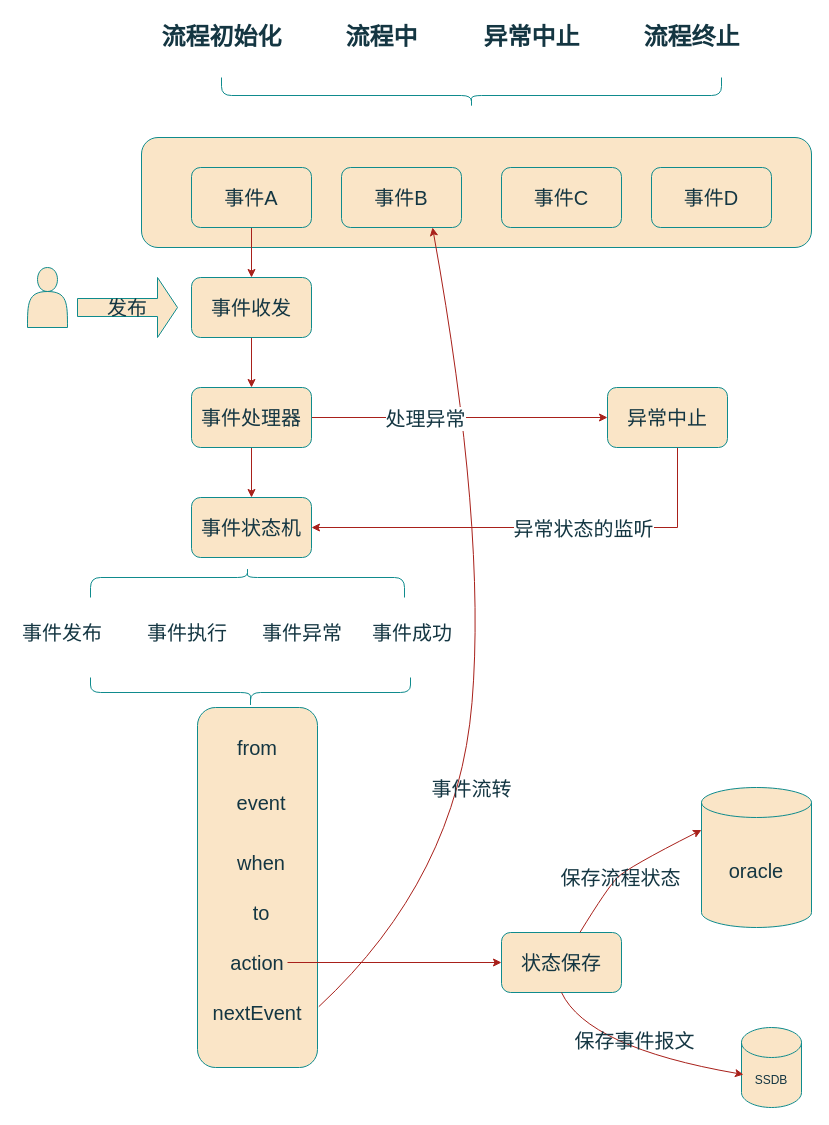
Before: page "状态机流程图" (3 of 4) of 事件总线原理图.drawio in java-zengguang/images, a draw.io diagram. Source tidied: cells renumbered, new cells numbered last; positions are measured from the earlier drawing's top-left corner, leaving out a move shared by most shapes. Both pictures are drawn from the tidied source at 100%, with x=0, y=0 at pixel (17, 17).
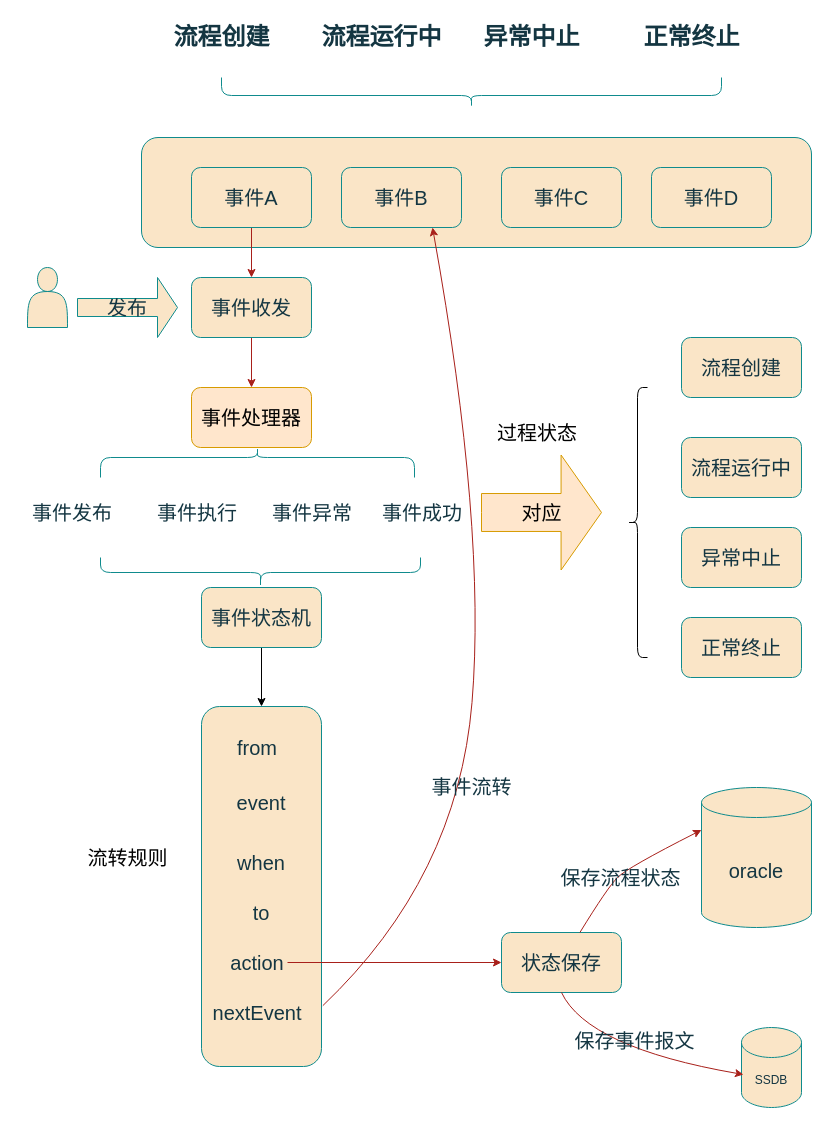
Above is the later version.

The edit, as a diff of the source:
```diff
@@
-    <mxCell id="9" value="流程初始化" style="text;strokeColor=none;fillColor=none;html=1;fontSize=24;fontStyle=1;verticalAlign=middle;align=center;labelBackgroundColor=none;fontColor=#143642;" parent="1" vertex="1">
+    <mxCell id="9" value="流程创建" style="text;strokeColor=none;fillColor=none;html=1;fontSize=24;fontStyle=1;verticalAlign=middle;align=center;labelBackgroundColor=none;fontColor=#143642;" parent="1" vertex="1">
       <mxGeometry x="154" width="100" height="40" as="geometry" />
     </mxCell>
-    <mxCell id="10" value="流程中" style="text;strokeColor=none;fillColor=none;html=1;fontSize=24;fontStyle=1;verticalAlign=middle;align=center;labelBackgroundColor=none;fontColor=#143642;" parent="1" vertex="1">
+    <mxCell id="10" value="流程运行中" style="text;strokeColor=none;fillColor=none;html=1;fontSize=24;fontStyle=1;verticalAlign=middle;align=center;labelBackgroundColor=none;fontColor=#143642;" parent="1" vertex="1">
       <mxGeometry x="314" width="100" height="40" as="geometry" />
     </mxCell>
@@
-    <mxCell id="12" value="流程终止" style="text;strokeColor=none;fillColor=none;html=1;fontSize=24;fontStyle=1;verticalAlign=middle;align=center;labelBackgroundColor=none;fontColor=#143642;" parent="1" vertex="1">
+    <mxCell id="12" value="正常终止" style="text;strokeColor=none;fillColor=none;html=1;fontSize=24;fontStyle=1;verticalAlign=middle;align=center;labelBackgroundColor=none;fontColor=#143642;" parent="1" vertex="1">
       <mxGeometry x="624" width="100" height="40" as="geometry" />
     </mxCell>
     <mxCell id="13" style="shape=curlyBracket;whiteSpace=wrap;html=1;rounded=1;flipH=1;labelPosition=right;verticalLabelPosition=middle;align=left;verticalAlign=middle;direction=south;size=0.3333333333333333;labelBackgroundColor=none;fillColor=#FAE5C7;strokeColor=#0F8B8D;fontColor=#143642;" parent="1" vertex="1">
-      <mxGeometry x="73" y="550" width="314" height="30" as="geometry" />
+      <mxGeometry x="83" y="430" width="314" height="30" as="geometry" />
     </mxCell>
     <mxCell id="14" value="&lt;font style=&quot;font-size: 20px;&quot;&gt;事件发布&lt;/font&gt;" style="text;html=1;align=center;verticalAlign=middle;whiteSpace=wrap;rounded=0;labelBackgroundColor=none;fontColor=#143642;" parent="1" vertex="1">
-      <mxGeometry y="600" width="90" height="30" as="geometry" />
+      <mxGeometry x="10" y="480" width="90" height="30" as="geometry" />
     </mxCell>
     <mxCell id="15" value="&lt;font style=&quot;font-size: 20px;&quot;&gt;事件执行&lt;/font&gt;" style="text;html=1;align=center;verticalAlign=middle;whiteSpace=wrap;rounded=0;labelBackgroundColor=none;fontColor=#143642;" parent="1" vertex="1">
-      <mxGeometry x="125" y="600" width="90" height="30" as="geometry" />
+      <mxGeometry x="135" y="480" width="90" height="30" as="geometry" />
     </mxCell>
     <mxCell id="16" value="&lt;font style=&quot;font-size: 20px;&quot;&gt;事件异常&lt;/font&gt;" style="text;html=1;align=center;verticalAlign=middle;whiteSpace=wrap;rounded=0;labelBackgroundColor=none;fontColor=#143642;" parent="1" vertex="1">
-      <mxGeometry x="240" y="600" width="90" height="30" as="geometry" />
+      <mxGeometry x="250" y="480" width="90" height="30" as="geometry" />
     </mxCell>
     <mxCell id="17" value="&lt;font style=&quot;font-size: 20px;&quot;&gt;事件成功&lt;/font&gt;" style="text;html=1;align=center;verticalAlign=middle;whiteSpace=wrap;rounded=0;labelBackgroundColor=none;fontColor=#143642;" parent="1" vertex="1">
-      <mxGeometry x="350" y="600" width="90" height="30" as="geometry" />
+      <mxGeometry x="360" y="480" width="90" height="30" as="geometry" />
     </mxCell>
     <mxCell id="18" style="edgeStyle=orthogonalEdgeStyle;rounded=0;orthogonalLoop=1;jettySize=auto;html=1;exitX=0.5;exitY=1;exitDx=0;exitDy=0;labelBackgroundColor=none;strokeColor=#A8201A;fontColor=default;" parent="1" edge="1">
       <mxGeometry relative="1" as="geometry">
-        <mxPoint x="65" y="630" as="sourcePoint" />
-        <mxPoint x="65" y="630" as="targetPoint" />
+        <mxPoint x="75" y="510" as="sourcePoint" />
+        <mxPoint x="75" y="510" as="targetPoint" />
       </mxGeometry>
     </mxCell>
     <mxCell id="19" style="shape=curlyBracket;whiteSpace=wrap;html=1;rounded=1;flipH=1;labelPosition=right;verticalLabelPosition=middle;align=left;verticalAlign=middle;direction=north;size=0.5;labelBackgroundColor=none;fillColor=#FAE5C7;strokeColor=#0F8B8D;fontColor=#143642;" parent="1" vertex="1">
-      <mxGeometry x="73" y="660" width="320" height="30" as="geometry" />
+      <mxGeometry x="83" y="540" width="320" height="30" as="geometry" />
     </mxCell>
     <mxCell id="20" style="rounded=1;whiteSpace=wrap;html=1;labelBackgroundColor=none;fillColor=#FAE5C7;strokeColor=#0F8B8D;fontColor=#143642;" parent="1" vertex="1">
-      <mxGeometry x="180" y="690" width="120" height="360" as="geometry" />
+      <mxGeometry x="184" y="689" width="120" height="360" as="geometry" />
     </mxCell>
@@
-    <mxCell id="41" style="edgeStyle=orthogonalEdgeStyle;rounded=0;jettySize=auto;html=1;strokeColor=#A8201A;fontColor=#143642;fillColor=#FAE5C7;" parent="1" edge="1" source="44" target="45">
-      <mxGeometry relative="1" as="geometry" />
-    </mxCell>
-    <mxCell id="42" style="edgeStyle=orthogonalEdgeStyle;rounded=0;jettySize=auto;html=1;strokeColor=#A8201A;fontColor=#143642;fillColor=#FAE5C7;entryX=0;entryY=0.5;entryDx=0;entryDy=0;" parent="1" edge="1" source="44" target="48">
-      <mxGeometry relative="1" as="geometry" />
-    </mxCell>
-    <mxCell id="43" value="&lt;font style=&quot;font-size: 20px;&quot;&gt;处理异常&lt;/font&gt;" style="edgeLabel;html=1;align=center;verticalAlign=middle;strokeColor=#0F8B8D;fontColor=#143642;fillColor=#FAE5C7;" parent="42" vertex="1">
-      <mxGeometry x="-0.15" y="-6" relative="1" as="geometry">
-        <mxPoint x="-13" y="-6" as="offset" />
-      </mxGeometry>
-    </mxCell>
-    <mxCell id="44" value="&lt;font style=&quot;font-size: 20px;&quot;&gt;事件处理器&lt;/font&gt;" style="rounded=1;whiteSpace=wrap;html=1;labelBackgroundColor=none;fillColor=#FAE5C7;strokeColor=#0F8B8D;fontColor=#143642;" parent="1" vertex="1">
+    <mxCell id="44" value="&lt;font style=&quot;font-size: 20px;&quot;&gt;事件处理器&lt;/font&gt;" style="rounded=1;whiteSpace=wrap;html=1;labelBackgroundColor=none;fillColor=#ffe6cc;strokeColor=#d79b00;" parent="1" vertex="1">
       <mxGeometry x="174" y="370" width="120" height="60" as="geometry" />
     </mxCell>
+    <mxCell id="49" style="edgeStyle=orthogonalEdgeStyle;rounded=0;jettySize=auto;html=1;entryX=0.5;entryY=0;entryDx=0;entryDy=0;" parent="1" edge="1" source="45" target="20">
+      <mxGeometry relative="1" as="geometry" />
+    </mxCell>
     <mxCell id="45" value="&lt;font style=&quot;font-size: 20px;&quot;&gt;事件状态机&lt;/font&gt;" style="rounded=1;whiteSpace=wrap;html=1;labelBackgroundColor=none;fillColor=#FAE5C7;strokeColor=#0F8B8D;fontColor=#143642;" parent="1" vertex="1">
-      <mxGeometry x="174" y="480" width="120" height="60" as="geometry" />
+      <mxGeometry x="184" y="570" width="120" height="60" as="geometry" />
     </mxCell>
-    <mxCell id="46" style="edgeStyle=orthogonalEdgeStyle;rounded=0;jettySize=auto;html=1;entryX=1;entryY=0.5;entryDx=0;entryDy=0;strokeColor=#A8201A;fontColor=#143642;fillColor=#FAE5C7;" parent="1" edge="1" source="48" target="45">
-      <mxGeometry relative="1" as="geometry">
-        <Array as="points">
-          <mxPoint x="660" y="510" />
-        </Array>
-      </mxGeometry>
-    </mxCell>
-    <mxCell id="47" value="&lt;font style=&quot;font-size: 20px;&quot;&gt;异常状态的监听&lt;/font&gt;" style="edgeLabel;html=1;align=center;verticalAlign=middle;strokeColor=#0F8B8D;fontColor=#143642;fillColor=#FAE5C7;" parent="46" vertex="1">
-      <mxGeometry x="0.11" y="4" relative="1" as="geometry">
-        <mxPoint x="73" y="-4" as="offset" />
-      </mxGeometry>
-    </mxCell>
-    <mxCell id="48" value="&lt;font style=&quot;font-size: 20px;&quot;&gt;异常中止&lt;/font&gt;" style="rounded=1;whiteSpace=wrap;html=1;strokeColor=#0F8B8D;fontColor=#143642;fillColor=#FAE5C7;" parent="1" vertex="1">
-      <mxGeometry x="590" y="370" width="120" height="60" as="geometry" />
+    <mxCell id="48" value="&lt;span style=&quot;font-size: 20px;&quot;&gt;流程创建&lt;/span&gt;" style="rounded=1;whiteSpace=wrap;html=1;strokeColor=#0F8B8D;fontColor=#143642;fillColor=#FAE5C7;" parent="1" vertex="1">
+      <mxGeometry x="664" y="320" width="120" height="60" as="geometry" />
     </mxCell>
+    <mxCell id="50" value="&lt;span style=&quot;font-size: 20px;&quot;&gt;流程运行中&lt;/span&gt;" style="rounded=1;whiteSpace=wrap;html=1;strokeColor=#0F8B8D;fontColor=#143642;fillColor=#FAE5C7;" parent="1" vertex="1">
+      <mxGeometry x="664" y="420" width="120" height="60" as="geometry" />
+    </mxCell>
+    <mxCell id="51" style="shape=curlyBracket;whiteSpace=wrap;html=1;rounded=1;labelPosition=left;verticalLabelPosition=middle;align=right;verticalAlign=middle;" parent="1" vertex="1">
+      <mxGeometry x="610" y="370" width="20" height="270" as="geometry" />
+    </mxCell>
+    <mxCell id="52" value="&lt;font style=&quot;font-size: 20px;&quot;&gt;异常中止&lt;/font&gt;" style="rounded=1;whiteSpace=wrap;html=1;strokeColor=#0F8B8D;fontColor=#143642;fillColor=#FAE5C7;" parent="1" vertex="1">
+      <mxGeometry x="664" y="510" width="120" height="60" as="geometry" />
+    </mxCell>
+    <mxCell id="53" value="&lt;span style=&quot;font-size: 20px;&quot;&gt;正常终止&lt;/span&gt;" style="rounded=1;whiteSpace=wrap;html=1;strokeColor=#0F8B8D;fontColor=#143642;fillColor=#FAE5C7;" parent="1" vertex="1">
+      <mxGeometry x="664" y="600" width="120" height="60" as="geometry" />
+    </mxCell>
+    <mxCell id="54" value="&lt;span style=&quot;font-size: 20px;&quot;&gt;对应&lt;/span&gt;" style="html=1;shadow=0;dashed=0;align=center;verticalAlign=middle;shape=mxgraph.arrows2.arrow;dy=0.67;dx=40.43;notch=0;fillColor=#ffe6cc;strokeColor=#d79b00;" parent="1" vertex="1">
+      <mxGeometry x="464" y="437.5" width="120" height="115" as="geometry" />
+    </mxCell>
+    <mxCell id="55" value="&lt;font style=&quot;font-size: 20px;&quot;&gt;过程状态&lt;/font&gt;" style="text;html=1;align=center;verticalAlign=middle;whiteSpace=wrap;rounded=0;" parent="1" vertex="1">
+      <mxGeometry x="470" y="400" width="100" height="30" as="geometry" />
+    </mxCell>
+    <mxCell id="56" value="&lt;font style=&quot;font-size: 20px;&quot;&gt;流转规则&lt;/font&gt;" style="text;html=1;align=center;verticalAlign=middle;whiteSpace=wrap;rounded=0;" parent="1" vertex="1">
+      <mxGeometry x="67.5" y="825" width="85" height="30" as="geometry" />
+    </mxCell>
```
